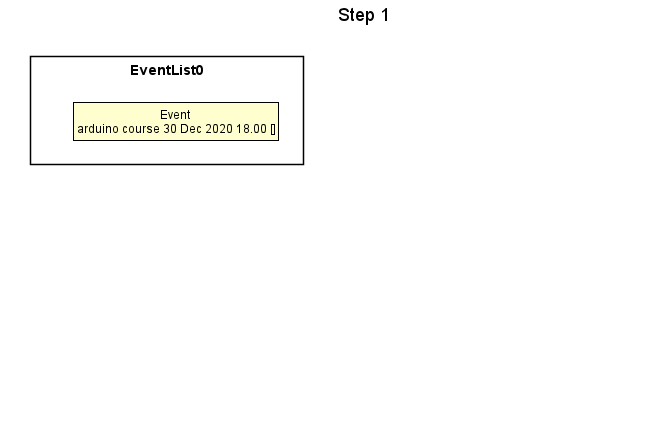
The PlantUML diagram docs/EventDiagram/EventSteps/6Step1.png in nus-cs2113-AY2021S1/tp, before a commit. Source of this version:
```plantuml
@startuml





skinparam BackgroundColor #FFFFFFF

skinparam Shadowing false

skinparam Class {
    FontColor #FFFFFF
    BorderThickness 1
    BorderColor #FFFFFF
    StereotypeFontColor #FFFFFF
    FontName Arial
}

skinparam Actor {
    BorderColor #000000
    Color #000000
    FontName Arial
}

skinparam Sequence {
    MessageAlign center
    BoxFontSize 15
    BoxPadding 0
    BoxFontColor #FFFFFF
    FontName Arial
}

skinparam Participant {
    FontColor #FFFFFFF
    Padding 20
}

skinparam MinClassWidth 50
skinparam ParticipantPadding 10
skinparam Shadowing false
skinparam DefaultTextAlignment center
skinparam packageStyle Rectangle

hide footbox
hide members
hide circle
skinparam ClassFontColor #000000
skinparam ClassBorderColor #000000

title Step 1

package EventList0 {
    class State1 as "Event \narduino course 30 Dec 2020 18.00 []"
}

package EventList1 {
    class State3 as "Event \narduino course 30 Dec 2020 18.00 [Harry Potter]"
}

package EventList2 {
    class State4 as "Event \narduino course 30 Dec 2020 18.00 []"
}

package MemberList0 {
    class State2 as "Member \nHarry Potter 88888888 qaz@gmail.com president"
}

EventList0 -->EventList1
EventList1 -->EventList2
MemberList0 -->EventList1

hide EventList1
hide EventList2
hide MemberList0

@enduml
```
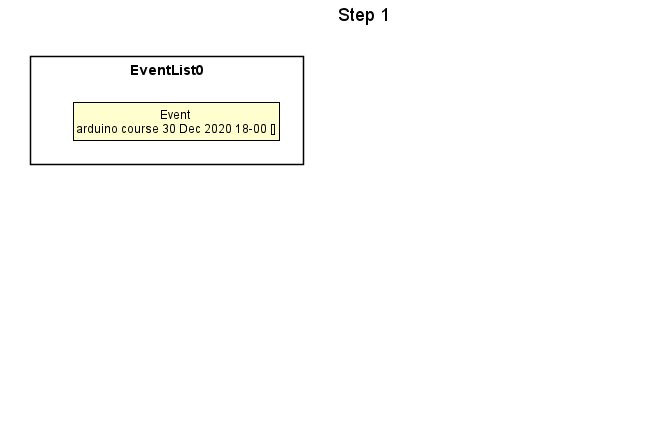
Above is the later version.

What changed in the source:
```diff
@@ -50,15 +50,15 @@
 title Step 1
 
 package EventList0 {
-    class State1 as "Event \narduino course 30 Dec 2020 18.00 []"
+    class State1 as "Event \narduino course 30 Dec 2020 18-00 []"
 }
 
 package EventList1 {
-    class State3 as "Event \narduino course 30 Dec 2020 18.00 [Harry Potter]"
+    class State3 as "Event \narduino course 30 Dec 2020 18-00 [Harry Potter]"
 }
 
 package EventList2 {
-    class State4 as "Event \narduino course 30 Dec 2020 18.00 []"
+    class State4 as "Event \narduino course 30 Dec 2020 18-00 []"
 }
 
 package MemberList0 {
```
